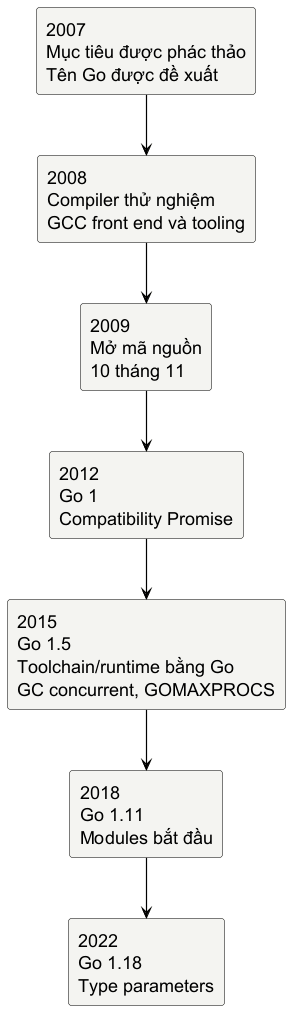
This is assets/diagrams/go-history-timeline.png from Minhlike/Golang, a PlantUML export, as it was before one commit.
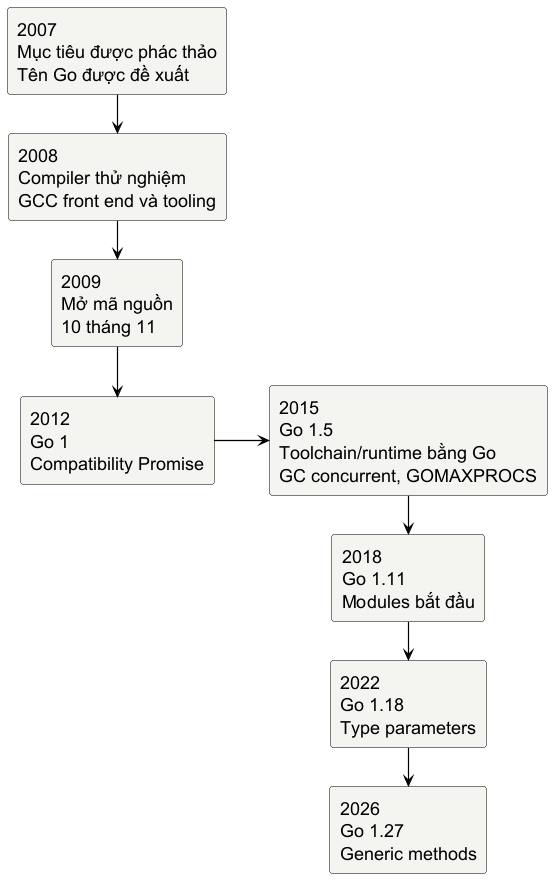
Later version of the same file.

The edit, as a diff of the source:
```diff
@@ -12,6 +12,8 @@
 }
 skinparam arrowColor #000000
 skinparam ArrowThickness 1.2
+skinparam nodesep 55
+skinparam ranksep 38
 top to bottom direction
 
 rectangle "2007\nMục tiêu được phác thảo\nTên Go được đề xuất" as y2007
@@ -21,11 +23,13 @@
 rectangle "2015\nGo 1.5\nToolchain/runtime bằng Go\nGC concurrent, GOMAXPROCS" as y2015
 rectangle "2018\nGo 1.11\nModules bắt đầu" as y2018
 rectangle "2022\nGo 1.18\nType parameters" as y2022
+rectangle "2026\nGo 1.27\nGeneric methods" as y2026
 
 y2007 --> y2008
 y2008 --> y2009
 y2009 --> y2012
-y2012 --> y2015
+y2012 -right-> y2015
 y2015 --> y2018
 y2018 --> y2022
+y2022 --> y2026
 @enduml
```
